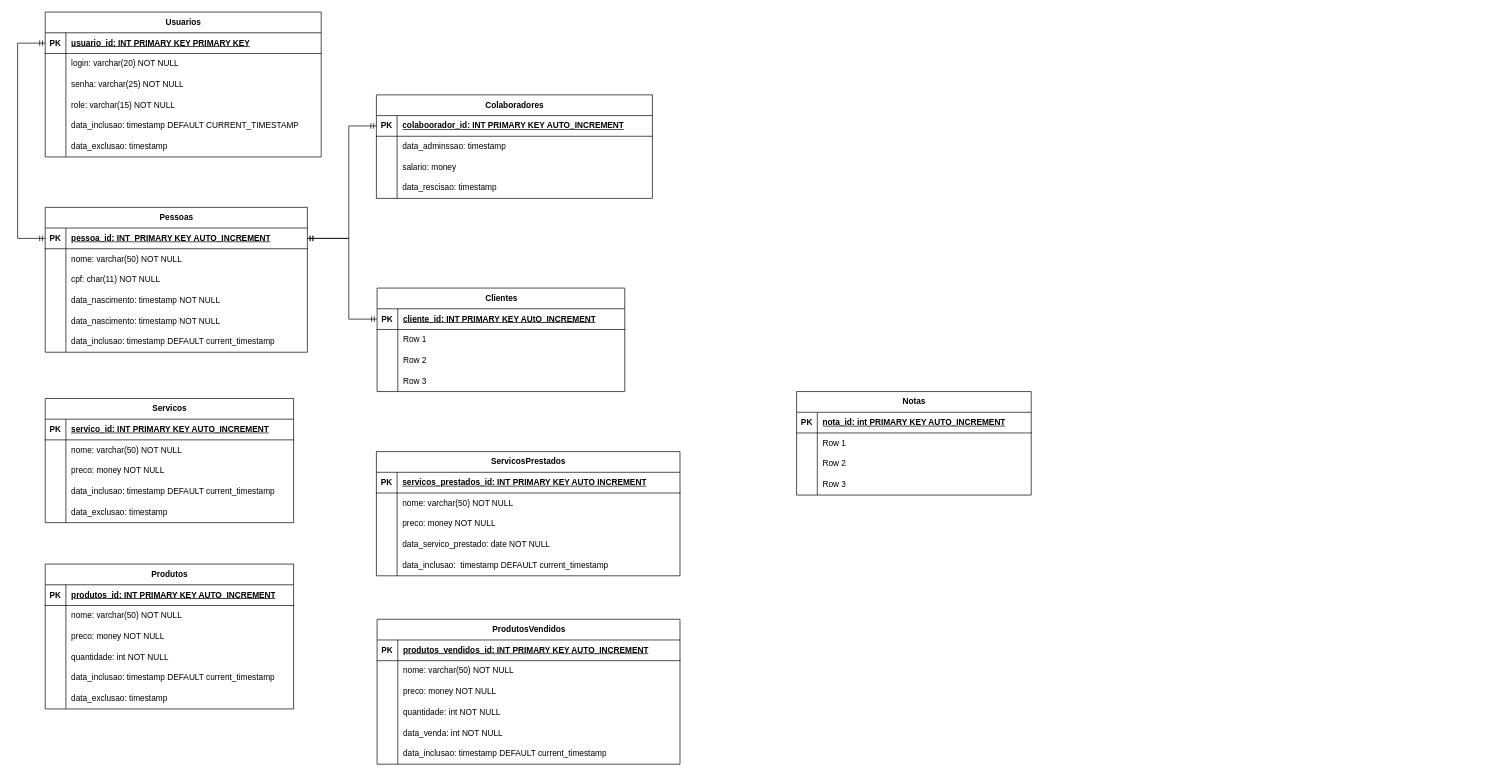
Jounos/cb-ordem-sevirco keeps this draw.io diagram as central-bike-db/der.drawio. Above is the earlier version. Source tidied: cells renumbered, new cells numbered last; positions are measured from the earlier drawing's top-left corner, leaving out a move shared by most shapes. Both pictures are drawn from the tidied source at 69%, with x=0, y=0 at pixel (17, 12).
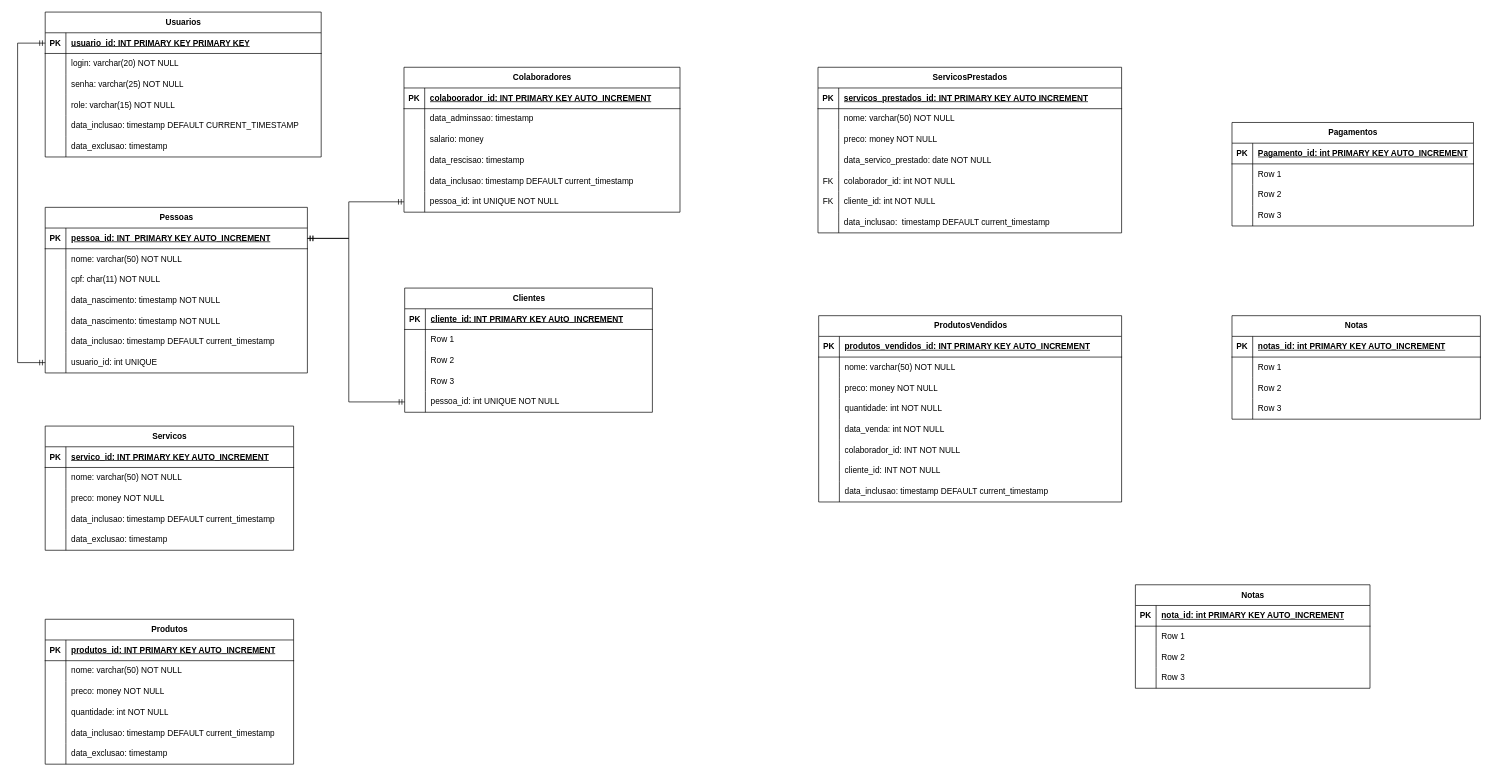
The same page after the edit.

Commit message:
Corrigido relações de um para um em diagrama do banco de dados

The change refers to these unchanged cells:
```xml
<mxCell id="3" style="shape=tableRow;horizontal=0;startSize=0;swimlaneHead=0;swimlaneBody=0;fillColor=none;points=[[0,0.5],[1,0.5]];portConstraint=eastwest;top=0;left=0;right=0;bottom=1;" parent="2" vertex="1">
  <mxGeometry y="30" width="400" height="30" as="geometry" />
</mxCell>
<mxCell id="22" style="shape=tableRow;horizontal=0;startSize=0;swimlaneHead=0;swimlaneBody=0;fillColor=none;points=[[0,0.5],[1,0.5]];portConstraint=eastwest;top=0;left=0;right=0;bottom=1;" parent="21" vertex="1">
  <mxGeometry y="30" width="380" height="30" as="geometry" />
</mxCell>
<mxCell id="41" style="shape=tableRow;horizontal=0;startSize=0;swimlaneHead=0;swimlaneBody=0;fillColor=none;points=[[0,0.5],[1,0.5]];portConstraint=eastwest;top=0;left=0;right=0;bottom=1;" parent="40" vertex="1">
  <mxGeometry y="30" width="400" height="30" as="geometry" />
</mxCell>
<mxCell id="56" style="shape=tableRow;horizontal=0;startSize=0;swimlaneHead=0;swimlaneBody=0;fillColor=none;points=[[0,0.5],[1,0.5]];portConstraint=eastwest;top=0;left=0;right=0;bottom=1;" parent="55" vertex="1">
  <mxGeometry y="30" width="359" height="30" as="geometry" />
</mxCell>
```

What changed in the source:
```diff
@@
     <mxCell id="21" value="Pessoas" style="shape=table;startSize=30;childLayout=tableLayout;rowLines=0;fontStyle=1;align=center;html=1;" parent="1" vertex="1">
-      <mxGeometry x="40" y="283" width="380" height="210" as="geometry" />
+      <mxGeometry x="40" y="283" width="380" height="240" as="geometry" />
     </mxCell>
@@
+    <mxCell id="152" style="shape=tableRow;horizontal=0;startSize=0;swimlaneHead=0;swimlaneBody=0;fillColor=none;points=[[0,0.5],[1,0.5]];portConstraint=eastwest;top=0;left=0;right=0;bottom=0;" parent="21" vertex="1">
+      <mxGeometry y="210" width="380" height="30" as="geometry" />
+    </mxCell>
+    <mxCell id="153" style="shape=partialRectangle;fillColor=none;top=0;left=0;bottom=0;right=0;overflow=hidden;whiteSpace=wrap;html=1;" parent="152" vertex="1">
+      <mxGeometry width="30" height="30" as="geometry" />
+    </mxCell>
+    <mxCell id="154" value="usuario_id: int UNIQUE" style="shape=partialRectangle;fillColor=none;top=0;left=0;bottom=0;right=0;align=left;spacingLeft=6;overflow=hidden;whiteSpace=wrap;html=1;" parent="152" vertex="1">
+      <mxGeometry x="30" width="350" height="30" as="geometry" />
+    </mxCell>
     <mxCell id="40" value="Colaboradores" style="shape=table;startSize=30;childLayout=tableLayout;rowLines=0;fontStyle=1;align=center;html=1;" parent="1" vertex="1">
-      <mxGeometry x="520" y="120" width="400" height="150" as="geometry" />
+      <mxGeometry x="560" y="80" width="400" height="210" as="geometry" />
     </mxCell>
@@
+    <mxCell id="155" style="shape=tableRow;horizontal=0;startSize=0;swimlaneHead=0;swimlaneBody=0;fillColor=none;top=0;left=0;right=0;bottom=0;" parent="40" vertex="1">
+      <mxGeometry y="150" width="400" height="30" as="geometry" />
+    </mxCell>
+    <mxCell id="156" style="shape=partialRectangle;fillColor=none;top=0;left=0;bottom=0;right=0;overflow=hidden;whiteSpace=wrap;html=1;" parent="155" vertex="1">
+      <mxGeometry width="30" height="30" as="geometry" />
+    </mxCell>
+    <mxCell id="157" value="data_inclusao: timestamp DEFAULT current_timestamp" style="shape=partialRectangle;fillColor=none;top=0;left=0;bottom=0;right=0;align=left;spacingLeft=6;overflow=hidden;whiteSpace=wrap;html=1;" parent="155" vertex="1">
+      <mxGeometry x="30" width="370" height="30" as="geometry" />
+    </mxCell>
+    <mxCell id="158" style="shape=tableRow;horizontal=0;startSize=0;swimlaneHead=0;swimlaneBody=0;fillColor=none;points=[[0,0.5],[1,0.5]];portConstraint=eastwest;top=0;left=0;right=0;bottom=0;" parent="40" vertex="1">
+      <mxGeometry y="180" width="400" height="30" as="geometry" />
+    </mxCell>
+    <mxCell id="159" style="shape=partialRectangle;fillColor=none;top=0;left=0;bottom=0;right=0;overflow=hidden;whiteSpace=wrap;html=1;" parent="158" vertex="1">
+      <mxGeometry width="30" height="30" as="geometry" />
+    </mxCell>
+    <mxCell id="160" value="pessoa_id: int UNIQUE NOT NULL" style="shape=partialRectangle;fillColor=none;top=0;left=0;bottom=0;right=0;align=left;spacingLeft=6;overflow=hidden;whiteSpace=wrap;html=1;" parent="158" vertex="1">
+      <mxGeometry x="30" width="370" height="30" as="geometry" />
+    </mxCell>
-    <mxCell id="53" style="edgeStyle=elbowEdgeStyle;fontSize=12;html=1;endArrow=ERmandOne;startArrow=ERmandOne;rounded=0;exitX=1;exitY=0.5;exitDx=0;exitDy=0;entryX=0;entryY=0.5;entryDx=0;entryDy=0;" parent="1" edge="1" source="22" target="41">
+    <mxCell id="53" style="edgeStyle=elbowEdgeStyle;fontSize=12;html=1;endArrow=ERmandOne;startArrow=ERmandOne;rounded=0;exitX=1;exitY=0.5;exitDx=0;exitDy=0;entryX=0;entryY=0.5;entryDx=0;entryDy=0;" parent="1" edge="1" source="22" target="158">
       <mxGeometry relative="1" as="geometry">
         <Array as="points">
-          <mxPoint x="480" y="240" />
+          <mxPoint x="480" y="300" />
         </Array>
       </mxGeometry>
     </mxCell>
-    <mxCell id="54" style="edgeStyle=elbowEdgeStyle;fontSize=12;html=1;endArrow=ERmandOne;startArrow=ERmandOne;rounded=0;exitX=0;exitY=0.5;exitDx=0;exitDy=0;entryX=0;entryY=0.5;entryDx=0;entryDy=0;" parent="1" edge="1" source="3" target="22">
+    <mxCell id="54" style="edgeStyle=elbowEdgeStyle;fontSize=12;html=1;endArrow=ERmandOne;startArrow=ERmandOne;rounded=0;exitX=0;exitY=0.5;exitDx=0;exitDy=0;entryX=0;entryY=0.5;entryDx=0;entryDy=0;" parent="1" edge="1" source="3" target="152">
       <mxGeometry relative="1" as="geometry">
         <Array as="points">
           <mxPoint y="160" />
         </Array>
       </mxGeometry>
     </mxCell>
     <mxCell id="55" value="Clientes" style="shape=table;startSize=30;childLayout=tableLayout;rowLines=0;fontStyle=1;align=center;html=1;" parent="1" vertex="1">
-      <mxGeometry x="521" y="400" width="359" height="150" as="geometry" />
+      <mxGeometry x="561" y="400" width="359" height="180" as="geometry" />
     </mxCell>
@@
+    <mxCell id="161" style="shape=tableRow;horizontal=0;startSize=0;swimlaneHead=0;swimlaneBody=0;fillColor=none;points=[[0,0.5],[1,0.5]];portConstraint=eastwest;top=0;left=0;right=0;bottom=0;" parent="55" vertex="1">
+      <mxGeometry y="150" width="359" height="30" as="geometry" />
+    </mxCell>
+    <mxCell id="162" style="shape=partialRectangle;fillColor=none;top=0;left=0;bottom=0;right=0;overflow=hidden;whiteSpace=wrap;html=1;" parent="161" vertex="1">
+      <mxGeometry width="30" height="30" as="geometry" />
+    </mxCell>
+    <mxCell id="163" value="pessoa_id: int UNIQUE NOT NULL" style="shape=partialRectangle;fillColor=none;top=0;left=0;bottom=0;right=0;align=left;spacingLeft=6;overflow=hidden;whiteSpace=wrap;html=1;" parent="161" vertex="1">
+      <mxGeometry x="30" width="329" height="30" as="geometry" />
+    </mxCell>
-    <mxCell id="68" style="edgeStyle=elbowEdgeStyle;fontSize=12;html=1;endArrow=ERmandOne;startArrow=ERmandOne;rounded=0;exitX=1;exitY=0.5;exitDx=0;exitDy=0;entryX=0;entryY=0.5;entryDx=0;entryDy=0;" parent="1" edge="1" source="22" target="56">
+    <mxCell id="68" style="edgeStyle=elbowEdgeStyle;fontSize=12;html=1;endArrow=ERmandOne;startArrow=ERmandOne;rounded=0;exitX=1;exitY=0.5;exitDx=0;exitDy=0;entryX=0;entryY=0.5;entryDx=0;entryDy=0;" parent="1" edge="1" source="22" target="161">
       <mxGeometry relative="1" as="geometry">
         <Array as="points">
           <mxPoint x="480" y="390" />
         </Array>
       </mxGeometry>
     </mxCell>
     <mxCell id="69" value="Servicos" style="shape=table;startSize=30;childLayout=tableLayout;rowLines=0;fontStyle=1;align=center;html=1;" parent="1" vertex="1">
-      <mxGeometry x="40" y="560" width="360" height="180" as="geometry" />
+      <mxGeometry x="40" y="600" width="360" height="180" as="geometry" />
     </mxCell>
@@
     <mxCell id="85" value="Produtos" style="shape=table;startSize=30;childLayout=tableLayout;rowLines=0;fontStyle=1;align=center;html=1;" parent="1" vertex="1">
-      <mxGeometry x="40" y="800" width="360" height="210" as="geometry" />
+      <mxGeometry x="40" y="880" width="360" height="210" as="geometry" />
     </mxCell>
@@
     <mxCell id="104" value="ServicosPrestados" style="shape=table;startSize=30;childLayout=tableLayout;rowLines=0;fontStyle=1;align=center;html=1;" parent="1" vertex="1">
-      <mxGeometry x="520" y="637" width="440" height="180" as="geometry" />
+      <mxGeometry x="1160" y="80" width="440" height="240" as="geometry" />
     </mxCell>
@@
+    <mxCell id="164" style="shape=tableRow;horizontal=0;startSize=0;swimlaneHead=0;swimlaneBody=0;fillColor=none;top=0;left=0;right=0;bottom=0;" parent="104" vertex="1">
+      <mxGeometry y="150" width="440" height="30" as="geometry" />
+    </mxCell>
+    <mxCell id="165" value="FK" style="shape=partialRectangle;fillColor=none;top=0;left=0;bottom=0;right=0;overflow=hidden;whiteSpace=wrap;html=1;" parent="164" vertex="1">
+      <mxGeometry width="30" height="30" as="geometry" />
+    </mxCell>
+    <mxCell id="166" value="colaborador_id: int NOT NULL" style="shape=partialRectangle;fillColor=none;top=0;left=0;bottom=0;right=0;align=left;spacingLeft=6;overflow=hidden;whiteSpace=wrap;html=1;" parent="164" vertex="1">
+      <mxGeometry x="30" width="410" height="30" as="geometry" />
+    </mxCell>
+    <mxCell id="167" style="shape=tableRow;horizontal=0;startSize=0;swimlaneHead=0;swimlaneBody=0;fillColor=none;top=0;left=0;right=0;bottom=0;" parent="104" vertex="1">
+      <mxGeometry y="180" width="440" height="30" as="geometry" />
+    </mxCell>
+    <mxCell id="168" value="FK" style="shape=partialRectangle;fillColor=none;top=0;left=0;bottom=0;right=0;overflow=hidden;whiteSpace=wrap;html=1;" parent="167" vertex="1">
+      <mxGeometry width="30" height="30" as="geometry" />
+    </mxCell>
+    <mxCell id="169" value="cliente_id: int NOT NULL" style="shape=partialRectangle;fillColor=none;top=0;left=0;bottom=0;right=0;align=left;spacingLeft=6;overflow=hidden;whiteSpace=wrap;html=1;" parent="167" vertex="1">
+      <mxGeometry x="30" width="410" height="30" as="geometry" />
+    </mxCell>
     <mxCell id="117" style="shape=tableRow;horizontal=0;startSize=0;swimlaneHead=0;swimlaneBody=0;fillColor=none;top=0;left=0;right=0;bottom=0;" parent="104" vertex="1">
-      <mxGeometry y="150" width="440" height="30" as="geometry" />
+      <mxGeometry y="210" width="440" height="30" as="geometry" />
     </mxCell>
@@
     <mxCell id="120" value="ProdutosVendidos" style="shape=table;startSize=30;childLayout=tableLayout;rowLines=0;fontStyle=1;align=center;html=1;" parent="1" vertex="1">
-      <mxGeometry x="521" y="880" width="439" height="210" as="geometry" />
+      <mxGeometry x="1161" y="440" width="439" height="270" as="geometry" />
     </mxCell>
@@
+    <mxCell id="170" style="shape=tableRow;horizontal=0;startSize=0;swimlaneHead=0;swimlaneBody=0;fillColor=none;top=0;left=0;right=0;bottom=0;" parent="120" vertex="1">
+      <mxGeometry y="180" width="439" height="30" as="geometry" />
+    </mxCell>
+    <mxCell id="171" style="shape=partialRectangle;fillColor=none;top=0;left=0;bottom=0;right=0;overflow=hidden;whiteSpace=wrap;html=1;" parent="170" vertex="1">
+      <mxGeometry width="30" height="30" as="geometry" />
+    </mxCell>
+    <mxCell id="172" value="colaborador_id: INT NOT NULL" style="shape=partialRectangle;fillColor=none;top=0;left=0;bottom=0;right=0;align=left;spacingLeft=6;overflow=hidden;whiteSpace=wrap;html=1;" parent="170" vertex="1">
+      <mxGeometry x="30" width="409" height="30" as="geometry" />
+    </mxCell>
+    <mxCell id="173" style="shape=tableRow;horizontal=0;startSize=0;swimlaneHead=0;swimlaneBody=0;fillColor=none;top=0;left=0;right=0;bottom=0;" parent="120" vertex="1">
+      <mxGeometry y="210" width="439" height="30" as="geometry" />
+    </mxCell>
+    <mxCell id="174" style="shape=partialRectangle;fillColor=none;top=0;left=0;bottom=0;right=0;overflow=hidden;whiteSpace=wrap;html=1;" parent="173" vertex="1">
+      <mxGeometry width="30" height="30" as="geometry" />
+    </mxCell>
+    <mxCell id="175" value="cliente&lt;span style=&quot;background-color: transparent; color: light-dark(rgb(0, 0, 0), rgb(255, 255, 255));&quot;&gt;_id: INT NOT NULL&lt;/span&gt;" style="shape=partialRectangle;fillColor=none;top=0;left=0;bottom=0;right=0;align=left;spacingLeft=6;overflow=hidden;whiteSpace=wrap;html=1;" parent="173" vertex="1">
+      <mxGeometry x="30" width="409" height="30" as="geometry" />
+    </mxCell>
     <mxCell id="136" style="shape=tableRow;horizontal=0;startSize=0;swimlaneHead=0;swimlaneBody=0;fillColor=none;top=0;left=0;right=0;bottom=0;" parent="120" vertex="1">
-      <mxGeometry y="180" width="439" height="30" as="geometry" />
+      <mxGeometry y="240" width="439" height="30" as="geometry" />
     </mxCell>
@@
     <mxCell id="139" value="Notas" style="shape=table;startSize=30;childLayout=tableLayout;rowLines=0;fontStyle=1;align=center;html=1;" parent="1" vertex="1">
-      <mxGeometry x="1129" y="550" width="340" height="150" as="geometry" />
+      <mxGeometry x="1620" y="830" width="340" height="150" as="geometry" />
     </mxCell>
@@
+    <mxCell id="176" value="Pagamentos" style="shape=table;startSize=30;childLayout=tableLayout;rowLines=0;fontStyle=1;align=center;html=1;" parent="1" vertex="1">
+      <mxGeometry x="1760" y="160" width="350" height="150" as="geometry" />
+    </mxCell>
+    <mxCell id="177" style="shape=tableRow;horizontal=0;startSize=0;swimlaneHead=0;swimlaneBody=0;fillColor=none;top=0;left=0;right=0;bottom=1;" parent="176" vertex="1">
+      <mxGeometry y="30" width="350" height="30" as="geometry" />
+    </mxCell>
+    <mxCell id="178" value="PK" style="shape=partialRectangle;fillColor=none;top=0;left=0;bottom=0;right=0;fontStyle=1;overflow=hidden;whiteSpace=wrap;html=1;" parent="177" vertex="1">
+      <mxGeometry width="30" height="30" as="geometry" />
+    </mxCell>
+    <mxCell id="179" value="Pagamento_id: int PRIMARY KEY AUTO_INCREMENT" style="shape=partialRectangle;fillColor=none;top=0;left=0;bottom=0;right=0;align=left;spacingLeft=6;fontStyle=5;overflow=hidden;whiteSpace=wrap;html=1;" parent="177" vertex="1">
+      <mxGeometry x="30" width="320" height="30" as="geometry" />
+    </mxCell>
+    <mxCell id="180" style="shape=tableRow;horizontal=0;startSize=0;swimlaneHead=0;swimlaneBody=0;fillColor=none;top=0;left=0;right=0;bottom=0;" parent="176" vertex="1">
+      <mxGeometry y="60" width="350" height="30" as="geometry" />
+    </mxCell>
+    <mxCell id="181" style="shape=partialRectangle;fillColor=none;top=0;left=0;bottom=0;right=0;overflow=hidden;whiteSpace=wrap;html=1;" parent="180" vertex="1">
+      <mxGeometry width="30" height="30" as="geometry" />
+    </mxCell>
+    <mxCell id="182" value="Row 1" style="shape=partialRectangle;fillColor=none;top=0;left=0;bottom=0;right=0;align=left;spacingLeft=6;overflow=hidden;whiteSpace=wrap;html=1;" parent="180" vertex="1">
+      <mxGeometry x="30" width="320" height="30" as="geometry" />
+    </mxCell>
+    <mxCell id="183" style="shape=tableRow;horizontal=0;startSize=0;swimlaneHead=0;swimlaneBody=0;fillColor=none;top=0;left=0;right=0;bottom=0;" parent="176" vertex="1">
+      <mxGeometry y="90" width="350" height="30" as="geometry" />
+    </mxCell>
+    <mxCell id="184" style="shape=partialRectangle;fillColor=none;top=0;left=0;bottom=0;right=0;overflow=hidden;whiteSpace=wrap;html=1;" parent="183" vertex="1">
+      <mxGeometry width="30" height="30" as="geometry" />
+    </mxCell>
+    <mxCell id="185" value="Row 2" style="shape=partialRectangle;fillColor=none;top=0;left=0;bottom=0;right=0;align=left;spacingLeft=6;overflow=hidden;whiteSpace=wrap;html=1;" parent="183" vertex="1">
+      <mxGeometry x="30" width="320" height="30" as="geometry" />
+    </mxCell>
+    <mxCell id="186" style="shape=tableRow;horizontal=0;startSize=0;swimlaneHead=0;swimlaneBody=0;fillColor=none;top=0;left=0;right=0;bottom=0;" parent="176" vertex="1">
+      <mxGeometry y="120" width="350" height="30" as="geometry" />
+    </mxCell>
+    <mxCell id="187" style="shape=partialRectangle;fillColor=none;top=0;left=0;bottom=0;right=0;overflow=hidden;whiteSpace=wrap;html=1;" parent="186" vertex="1">
+      <mxGeometry width="30" height="30" as="geometry" />
+    </mxCell>
+    <mxCell id="188" value="Row 3" style="shape=partialRectangle;fillColor=none;top=0;left=0;bottom=0;right=0;align=left;spacingLeft=6;overflow=hidden;whiteSpace=wrap;html=1;" parent="186" vertex="1">
+      <mxGeometry x="30" width="320" height="30" as="geometry" />
+    </mxCell>
+    <mxCell id="189" value="Notas" style="shape=table;startSize=30;childLayout=tableLayout;rowLines=0;fontStyle=1;align=center;html=1;" parent="1" vertex="1">
+      <mxGeometry x="1760" y="440" width="360" height="150" as="geometry" />
+    </mxCell>
+    <mxCell id="190" style="shape=tableRow;horizontal=0;startSize=0;swimlaneHead=0;swimlaneBody=0;fillColor=none;top=0;left=0;right=0;bottom=1;" parent="189" vertex="1">
+      <mxGeometry y="30" width="360" height="30" as="geometry" />
+    </mxCell>
+    <mxCell id="191" value="PK" style="shape=partialRectangle;fillColor=none;top=0;left=0;bottom=0;right=0;fontStyle=1;overflow=hidden;whiteSpace=wrap;html=1;" parent="190" vertex="1">
+      <mxGeometry width="30" height="30" as="geometry" />
+    </mxCell>
+    <mxCell id="192" value="notas_id: int PRIMARY KEY AUTO_INCREMENT" style="shape=partialRectangle;fillColor=none;top=0;left=0;bottom=0;right=0;align=left;spacingLeft=6;fontStyle=5;overflow=hidden;whiteSpace=wrap;html=1;" parent="190" vertex="1">
+      <mxGeometry x="30" width="330" height="30" as="geometry" />
+    </mxCell>
+    <mxCell id="193" style="shape=tableRow;horizontal=0;startSize=0;swimlaneHead=0;swimlaneBody=0;fillColor=none;top=0;left=0;right=0;bottom=0;" parent="189" vertex="1">
+      <mxGeometry y="60" width="360" height="30" as="geometry" />
+    </mxCell>
+    <mxCell id="194" style="shape=partialRectangle;fillColor=none;top=0;left=0;bottom=0;right=0;overflow=hidden;whiteSpace=wrap;html=1;" parent="193" vertex="1">
+      <mxGeometry width="30" height="30" as="geometry" />
+    </mxCell>
+    <mxCell id="195" value="Row 1" style="shape=partialRectangle;fillColor=none;top=0;left=0;bottom=0;right=0;align=left;spacingLeft=6;overflow=hidden;whiteSpace=wrap;html=1;" parent="193" vertex="1">
+      <mxGeometry x="30" width="330" height="30" as="geometry" />
+    </mxCell>
+    <mxCell id="196" style="shape=tableRow;horizontal=0;startSize=0;swimlaneHead=0;swimlaneBody=0;fillColor=none;top=0;left=0;right=0;bottom=0;" parent="189" vertex="1">
+      <mxGeometry y="90" width="360" height="30" as="geometry" />
+    </mxCell>
+    <mxCell id="197" style="shape=partialRectangle;fillColor=none;top=0;left=0;bottom=0;right=0;overflow=hidden;whiteSpace=wrap;html=1;" parent="196" vertex="1">
+      <mxGeometry width="30" height="30" as="geometry" />
+    </mxCell>
+    <mxCell id="198" value="Row 2" style="shape=partialRectangle;fillColor=none;top=0;left=0;bottom=0;right=0;align=left;spacingLeft=6;overflow=hidden;whiteSpace=wrap;html=1;" parent="196" vertex="1">
+      <mxGeometry x="30" width="330" height="30" as="geometry" />
+    </mxCell>
+    <mxCell id="199" style="shape=tableRow;horizontal=0;startSize=0;swimlaneHead=0;swimlaneBody=0;fillColor=none;top=0;left=0;right=0;bottom=0;" parent="189" vertex="1">
+      <mxGeometry y="120" width="360" height="30" as="geometry" />
+    </mxCell>
+    <mxCell id="200" style="shape=partialRectangle;fillColor=none;top=0;left=0;bottom=0;right=0;overflow=hidden;whiteSpace=wrap;html=1;" parent="199" vertex="1">
+      <mxGeometry width="30" height="30" as="geometry" />
+    </mxCell>
+    <mxCell id="201" value="Row 3" style="shape=partialRectangle;fillColor=none;top=0;left=0;bottom=0;right=0;align=left;spacingLeft=6;overflow=hidden;whiteSpace=wrap;html=1;" parent="199" vertex="1">
+      <mxGeometry x="30" width="330" height="30" as="geometry" />
+    </mxCell>
```
